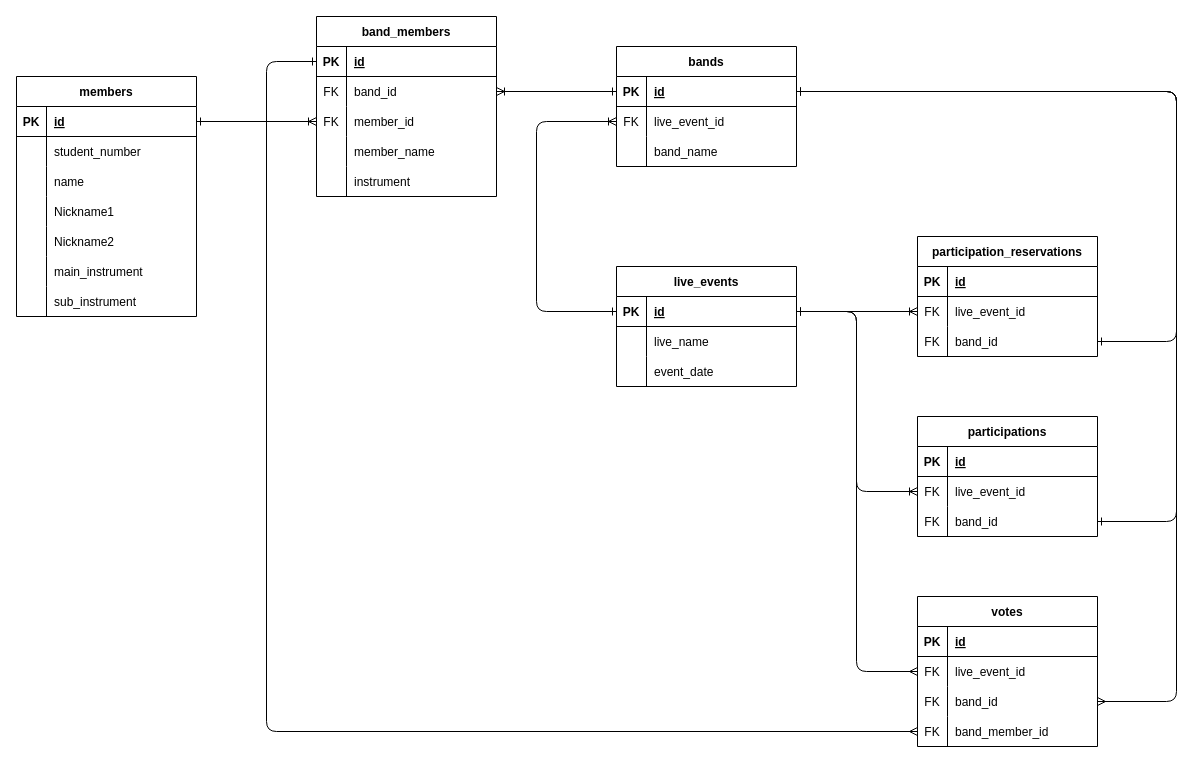
Earlier version of the draw.io diagram diagrams/ER.dio (Shiiya0418/Villagers-Manager). Source tidied: cells renumbered, new cells numbered last; positions are measured from the earlier drawing's top-left corner, leaving out a move shared by most shapes. Both pictures are drawn from the tidied source at 100%, with x=0, y=0 at pixel (16, 16).
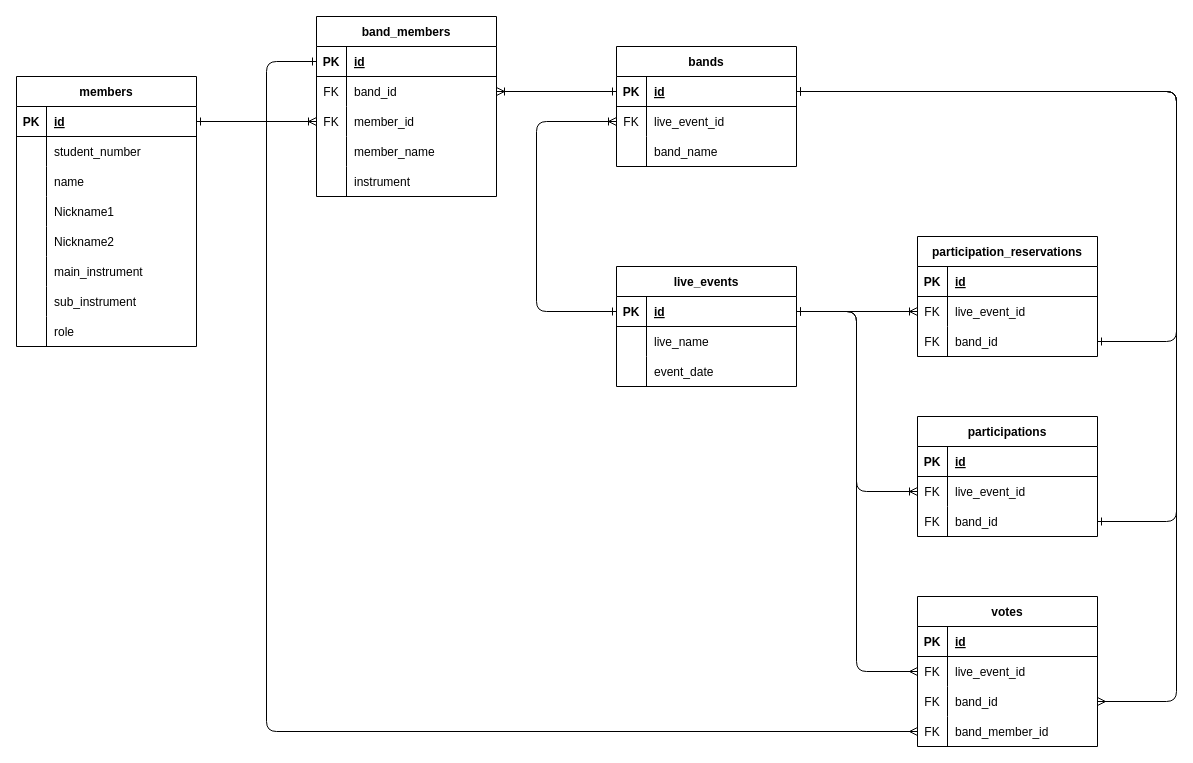
The same diagram, later.

What changed in the source:
```diff
@@
     <mxCell id="2" value="members" style="shape=table;startSize=30;childLayout=tableLayout;rowLines=0;fontStyle=1;align=center;" parent="1" vertex="1">
-      <mxGeometry y="60" width="180" height="240" as="geometry" />
+      <mxGeometry y="60" width="180" height="270" as="geometry" />
     </mxCell>
@@
+    <mxCell id="103" style="shape=tableRow;horizontal=0;startSize=0;swimlaneHead=0;swimlaneBody=0;fillColor=none;top=0;left=0;right=0;bottom=0;" parent="2" vertex="1">
+      <mxGeometry y="240" width="180" height="30" as="geometry" />
+    </mxCell>
+    <mxCell id="104" style="shape=partialRectangle;fillColor=none;top=0;left=0;bottom=0;right=0;overflow=hidden;" parent="103" vertex="1">
+      <mxGeometry width="30" height="30" as="geometry" />
+    </mxCell>
+    <mxCell id="105" value="role" style="shape=partialRectangle;fillColor=none;top=0;left=0;bottom=0;right=0;align=left;spacingLeft=6;overflow=hidden;" parent="103" vertex="1">
+      <mxGeometry x="30" width="150" height="30" as="geometry" />
+    </mxCell>
```
